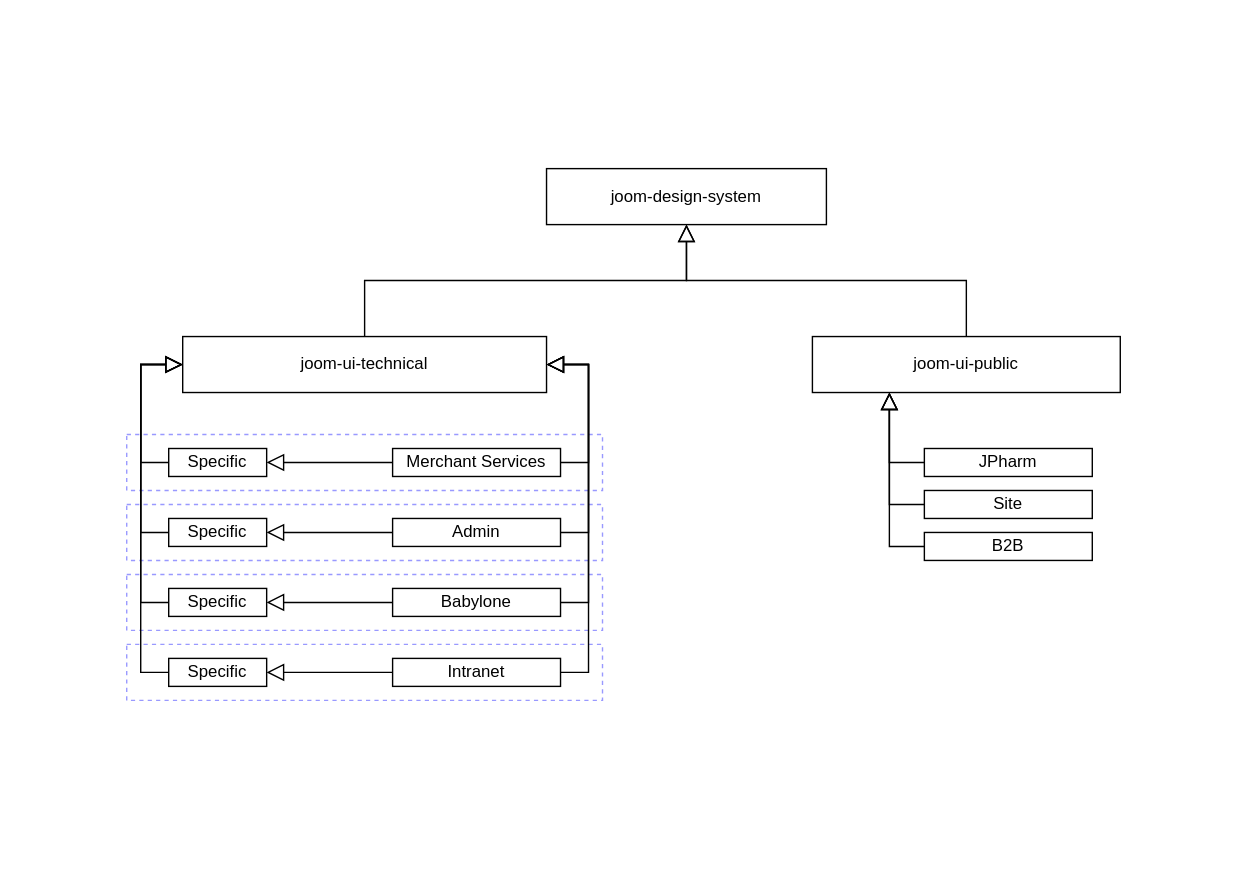
The draw.io diagram design-system.svg in ajile/draw-io, before a commit. Source tidied: cells renumbered, new cells last; positions are measured from the earlier drawing's top-left corner, leaving out a move shared by most shapes.
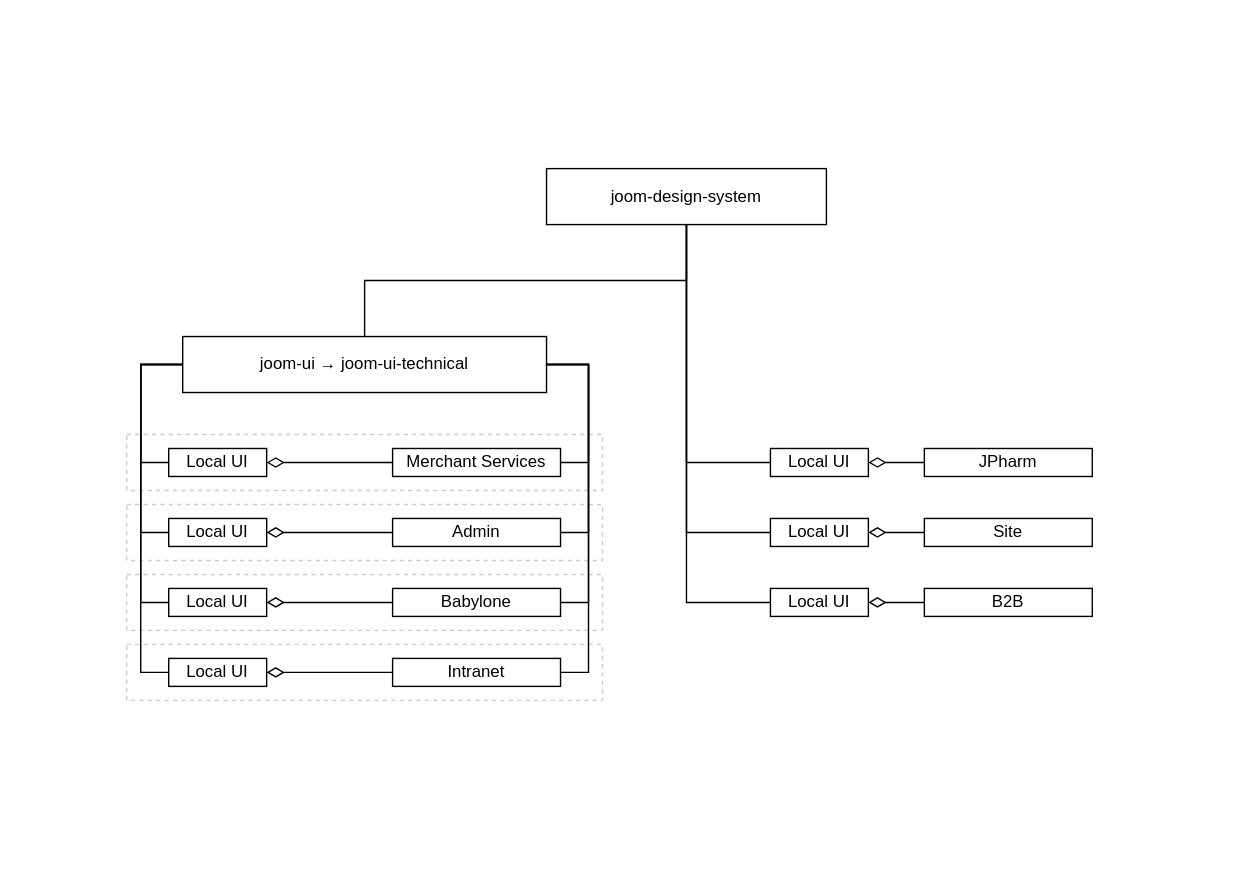
Above is the later version.

What changed in the source:
```diff
@@ -6,110 +6,122 @@
       <mxGeometry width="890" height="630" as="geometry" />
     </mxCell>
     <mxCell id="3" parent="0" />
-    <mxCell id="4" style="rounded=0;whiteSpace=wrap;html=1;dashed=1;fillColor=none;strokeColor=#9999FF;" parent="3" vertex="1">
+    <mxCell id="4" style="rounded=0;whiteSpace=wrap;html=1;dashed=1;fillColor=none;strokeColor=#CCCCCC;" parent="3" vertex="1">
       <mxGeometry x="90" y="460" width="340" height="40" as="geometry" />
     </mxCell>
-    <mxCell id="5" style="rounded=0;whiteSpace=wrap;html=1;dashed=1;fillColor=none;strokeColor=#9999FF;" parent="3" vertex="1">
+    <mxCell id="5" style="rounded=0;whiteSpace=wrap;html=1;dashed=1;fillColor=none;strokeColor=#CCCCCC;" parent="3" vertex="1">
       <mxGeometry x="90" y="410" width="340" height="40" as="geometry" />
     </mxCell>
-    <mxCell id="6" style="rounded=0;whiteSpace=wrap;html=1;dashed=1;fillColor=none;strokeColor=#9999FF;" parent="3" vertex="1">
+    <mxCell id="6" style="rounded=0;whiteSpace=wrap;html=1;dashed=1;fillColor=none;strokeColor=#CCCCCC;" parent="3" vertex="1">
       <mxGeometry x="90" y="360" width="340" height="40" as="geometry" />
     </mxCell>
-    <mxCell id="7" style="rounded=0;whiteSpace=wrap;html=1;dashed=1;fillColor=none;strokeColor=#9999FF;" parent="3" vertex="1">
+    <mxCell id="7" style="rounded=0;whiteSpace=wrap;html=1;dashed=1;fillColor=none;strokeColor=#CCCCCC;" parent="3" vertex="1">
       <mxGeometry x="90" y="310" width="340" height="40" as="geometry" />
     </mxCell>
     <mxCell id="8" value="joom-design-system" style="rounded=0;whiteSpace=wrap;html=1;" parent="3" vertex="1">
       <mxGeometry x="390" y="120" width="200" height="40" as="geometry" />
     </mxCell>
-    <mxCell id="9" style="edgeStyle=orthogonalEdgeStyle;rounded=0;jettySize=auto;html=1;endArrow=block;endFill=0;startSize=10;endSize=10;exitX=0.5;exitY=0;exitDx=0;exitDy=0;" parent="3" edge="1" source="10" target="8">
+    <mxCell id="9" style="edgeStyle=orthogonalEdgeStyle;rounded=0;jettySize=auto;html=1;endArrow=none;endFill=0;startSize=10;endSize=10;exitX=0.5;exitY=0;exitDx=0;exitDy=0;" parent="3" edge="1" source="10" target="8">
       <mxGeometry relative="1" as="geometry" />
     </mxCell>
-    <mxCell id="10" value="joom-ui-technical" style="rounded=0;whiteSpace=wrap;html=1;" parent="3" vertex="1">
+    <mxCell id="10" value="joom-ui →&amp;nbsp;&lt;span&gt;joom-ui-technical&lt;/span&gt;" style="rounded=0;whiteSpace=wrap;html=1;" parent="3" vertex="1">
       <mxGeometry x="130" y="240" width="260" height="40" as="geometry" />
     </mxCell>
-    <mxCell id="11" value="joom-ui-public" style="rounded=0;whiteSpace=wrap;html=1;" parent="3" vertex="1">
-      <mxGeometry x="580" y="240" width="220" height="40" as="geometry" />
-    </mxCell>
-    <mxCell id="12" style="edgeStyle=orthogonalEdgeStyle;rounded=0;jettySize=auto;html=1;endArrow=block;endFill=0;startSize=10;endSize=10;exitX=0.5;exitY=0;exitDx=0;exitDy=0;" parent="3" edge="1" source="11" target="8">
+    <mxCell id="12" style="edgeStyle=orthogonalEdgeStyle;rounded=0;jettySize=auto;html=1;endArrow=none;endFill=0;startSize=10;endSize=10;exitX=0;exitY=0.5;exitDx=0;exitDy=0;" parent="3" edge="1" source="42" target="8">
       <mxGeometry relative="1" as="geometry" />
     </mxCell>
-    <mxCell id="13" style="edgeStyle=orthogonalEdgeStyle;rounded=0;jettySize=auto;html=1;startSize=10;endArrow=block;endFill=0;endSize=10;exitX=1;exitY=0.5;exitDx=0;exitDy=0;entryX=1;entryY=0.5;entryDx=0;entryDy=0;" parent="3" edge="1" source="15" target="10">
+    <mxCell id="13" style="edgeStyle=orthogonalEdgeStyle;rounded=0;jettySize=auto;html=1;startSize=10;endArrow=none;endFill=0;endSize=10;exitX=1;exitY=0.5;exitDx=0;exitDy=0;entryX=1;entryY=0.5;entryDx=0;entryDy=0;" parent="3" edge="1" source="15" target="10">
       <mxGeometry relative="1" as="geometry" />
     </mxCell>
-    <mxCell id="14" style="edgeStyle=orthogonalEdgeStyle;rounded=0;jettySize=auto;html=1;entryX=1;entryY=0.5;entryDx=0;entryDy=0;startSize=10;endArrow=block;endFill=0;endSize=10;" parent="3" edge="1" source="15" target="32">
+    <mxCell id="14" style="edgeStyle=orthogonalEdgeStyle;rounded=0;jettySize=auto;html=1;entryX=1;entryY=0.5;entryDx=0;entryDy=0;startSize=10;endArrow=diamondThin;endFill=0;endSize=10;" parent="3" edge="1" source="15" target="32">
       <mxGeometry relative="1" as="geometry" />
     </mxCell>
     <mxCell id="15" value="Merchant Services" style="rounded=0;whiteSpace=wrap;html=1;" parent="3" vertex="1">
       <mxGeometry x="280" y="320" width="120" height="20" as="geometry" />
     </mxCell>
-    <mxCell id="16" style="edgeStyle=orthogonalEdgeStyle;rounded=0;jettySize=auto;html=1;startSize=10;endArrow=block;endFill=0;endSize=10;exitX=1;exitY=0.5;exitDx=0;exitDy=0;entryX=1;entryY=0.5;entryDx=0;entryDy=0;" parent="3" edge="1" source="18" target="10">
+    <mxCell id="16" style="edgeStyle=orthogonalEdgeStyle;rounded=0;jettySize=auto;html=1;startSize=10;endArrow=none;endFill=0;endSize=10;exitX=1;exitY=0.5;exitDx=0;exitDy=0;entryX=1;entryY=0.5;entryDx=0;entryDy=0;" parent="3" edge="1" source="18" target="10">
       <mxGeometry relative="1" as="geometry" />
     </mxCell>
-    <mxCell id="17" style="edgeStyle=orthogonalEdgeStyle;rounded=0;jettySize=auto;html=1;startSize=10;endArrow=block;endFill=0;endSize=10;" parent="3" edge="1" source="18" target="34">
+    <mxCell id="17" style="edgeStyle=orthogonalEdgeStyle;rounded=0;jettySize=auto;html=1;startSize=10;endArrow=diamondThin;endFill=0;endSize=10;" parent="3" edge="1" source="18" target="34">
       <mxGeometry relative="1" as="geometry" />
     </mxCell>
     <mxCell id="18" value="Admin" style="rounded=0;whiteSpace=wrap;html=1;" parent="3" vertex="1">
       <mxGeometry x="280" y="370" width="120" height="20" as="geometry" />
     </mxCell>
-    <mxCell id="19" style="edgeStyle=orthogonalEdgeStyle;rounded=0;jettySize=auto;html=1;startSize=10;endArrow=block;endFill=0;endSize=10;exitX=1;exitY=0.5;exitDx=0;exitDy=0;entryX=1;entryY=0.5;entryDx=0;entryDy=0;" parent="3" edge="1" source="21" target="10">
+    <mxCell id="19" style="edgeStyle=orthogonalEdgeStyle;rounded=0;jettySize=auto;html=1;startSize=10;endArrow=none;endFill=0;endSize=10;exitX=1;exitY=0.5;exitDx=0;exitDy=0;entryX=1;entryY=0.5;entryDx=0;entryDy=0;" parent="3" edge="1" source="21" target="10">
       <mxGeometry relative="1" as="geometry" />
     </mxCell>
-    <mxCell id="20" style="edgeStyle=orthogonalEdgeStyle;rounded=0;jettySize=auto;html=1;startSize=10;endArrow=block;endFill=0;endSize=10;" parent="3" edge="1" source="21" target="36">
+    <mxCell id="20" style="edgeStyle=orthogonalEdgeStyle;rounded=0;jettySize=auto;html=1;startSize=10;endArrow=diamondThin;endFill=0;endSize=10;" parent="3" edge="1" source="21" target="36">
       <mxGeometry relative="1" as="geometry" />
     </mxCell>
     <mxCell id="21" value="Babylone" style="rounded=0;whiteSpace=wrap;html=1;" parent="3" vertex="1">
       <mxGeometry x="280" y="420" width="120" height="20" as="geometry" />
     </mxCell>
-    <mxCell id="22" style="edgeStyle=orthogonalEdgeStyle;rounded=0;jettySize=auto;html=1;startSize=10;endArrow=block;endFill=0;endSize=10;exitX=1;exitY=0.5;exitDx=0;exitDy=0;entryX=1;entryY=0.5;entryDx=0;entryDy=0;" parent="3" edge="1" source="24" target="10">
+    <mxCell id="22" style="edgeStyle=orthogonalEdgeStyle;rounded=0;jettySize=auto;html=1;startSize=10;endArrow=none;endFill=0;endSize=10;exitX=1;exitY=0.5;exitDx=0;exitDy=0;entryX=1;entryY=0.5;entryDx=0;entryDy=0;" parent="3" edge="1" source="24" target="10">
       <mxGeometry relative="1" as="geometry" />
     </mxCell>
-    <mxCell id="23" style="edgeStyle=orthogonalEdgeStyle;rounded=0;jettySize=auto;html=1;entryX=1;entryY=0.5;entryDx=0;entryDy=0;startSize=10;endArrow=block;endFill=0;endSize=10;" parent="3" edge="1" source="24" target="38">
+    <mxCell id="23" style="edgeStyle=orthogonalEdgeStyle;rounded=0;jettySize=auto;html=1;entryX=1;entryY=0.5;entryDx=0;entryDy=0;startSize=10;endArrow=diamondThin;endFill=0;endSize=10;" parent="3" edge="1" source="24" target="38">
       <mxGeometry relative="1" as="geometry" />
     </mxCell>
     <mxCell id="24" value="Intranet" style="rounded=0;whiteSpace=wrap;html=1;" parent="3" vertex="1">
       <mxGeometry x="280" y="470" width="120" height="20" as="geometry" />
     </mxCell>
-    <mxCell id="25" style="edgeStyle=orthogonalEdgeStyle;rounded=0;jettySize=auto;html=1;startSize=10;endArrow=block;endFill=0;endSize=10;exitX=0;exitY=0.5;exitDx=0;exitDy=0;entryX=0.25;entryY=1;entryDx=0;entryDy=0;" parent="3" edge="1" source="26" target="11">
-      <mxGeometry relative="1" as="geometry" />
-    </mxCell>
+    <mxCell id="39" style="edgeStyle=orthogonalEdgeStyle;rounded=0;jettySize=auto;html=1;startSize=10;endArrow=diamondThin;endFill=0;endSize=10;" parent="3" edge="1" source="26" target="43">
+      <mxGeometry relative="1" as="geometry" />
+    </mxCell>
     <mxCell id="26" value="Site" style="rounded=0;whiteSpace=wrap;html=1;" parent="3" vertex="1">
-      <mxGeometry x="660" y="350" width="120" height="20" as="geometry" />
+      <mxGeometry x="660" y="370" width="120" height="20" as="geometry" />
     </mxCell>
-    <mxCell id="27" style="edgeStyle=orthogonalEdgeStyle;rounded=0;jettySize=auto;html=1;startSize=10;endArrow=block;endFill=0;endSize=10;entryX=0.25;entryY=1;entryDx=0;entryDy=0;exitX=0;exitY=0.5;exitDx=0;exitDy=0;" parent="3" edge="1" source="28" target="11">
-      <mxGeometry relative="1" as="geometry" />
-    </mxCell>
+    <mxCell id="40" style="edgeStyle=orthogonalEdgeStyle;rounded=0;jettySize=auto;html=1;startSize=10;endArrow=diamondThin;endFill=0;endSize=10;" parent="3" edge="1" source="28" target="42">
+      <mxGeometry relative="1" as="geometry" />
+    </mxCell>
     <mxCell id="28" value="JPharm" style="rounded=0;whiteSpace=wrap;html=1;" parent="3" vertex="1">
       <mxGeometry x="660" y="320" width="120" height="20" as="geometry" />
     </mxCell>
-    <mxCell id="29" style="edgeStyle=orthogonalEdgeStyle;rounded=0;jettySize=auto;html=1;startSize=10;endArrow=block;endFill=0;endSize=10;exitX=0;exitY=0.5;exitDx=0;exitDy=0;entryX=0.25;entryY=1;entryDx=0;entryDy=0;" parent="3" edge="1" source="30" target="11">
-      <mxGeometry relative="1" as="geometry" />
-    </mxCell>
+    <mxCell id="41" style="edgeStyle=orthogonalEdgeStyle;rounded=0;jettySize=auto;html=1;startSize=10;endArrow=diamondThin;endFill=0;endSize=10;" parent="3" edge="1" source="30" target="44">
+      <mxGeometry relative="1" as="geometry" />
+    </mxCell>
     <mxCell id="30" value="B2B" style="rounded=0;whiteSpace=wrap;html=1;" parent="3" vertex="1">
-      <mxGeometry x="660" y="380" width="120" height="20" as="geometry" />
+      <mxGeometry x="660" y="420" width="120" height="20" as="geometry" />
     </mxCell>
-    <mxCell id="31" style="edgeStyle=orthogonalEdgeStyle;rounded=0;jettySize=auto;html=1;entryX=0;entryY=0.5;entryDx=0;entryDy=0;startSize=10;endArrow=block;endFill=0;endSize=10;exitX=0;exitY=0.5;exitDx=0;exitDy=0;" parent="3" edge="1" source="32" target="10">
+    <mxCell id="31" style="edgeStyle=orthogonalEdgeStyle;rounded=0;jettySize=auto;html=1;entryX=0;entryY=0.5;entryDx=0;entryDy=0;startSize=10;endArrow=none;endFill=0;endSize=10;exitX=0;exitY=0.5;exitDx=0;exitDy=0;" parent="3" edge="1" source="32" target="10">
       <mxGeometry relative="1" as="geometry" />
     </mxCell>
-    <mxCell id="32" value="Specific" style="rounded=0;whiteSpace=wrap;html=1;" parent="3" vertex="1">
+    <mxCell id="32" value="Local UI" style="rounded=0;whiteSpace=wrap;html=1;" parent="3" vertex="1">
       <mxGeometry x="120" y="320" width="70" height="20" as="geometry" />
     </mxCell>
-    <mxCell id="33" style="edgeStyle=orthogonalEdgeStyle;rounded=0;jettySize=auto;html=1;entryX=0;entryY=0.5;entryDx=0;entryDy=0;startSize=10;endArrow=block;endFill=0;endSize=10;exitX=0;exitY=0.5;exitDx=0;exitDy=0;" parent="3" edge="1" source="34" target="10">
+    <mxCell id="33" style="edgeStyle=orthogonalEdgeStyle;rounded=0;jettySize=auto;html=1;entryX=0;entryY=0.5;entryDx=0;entryDy=0;startSize=10;endArrow=none;endFill=0;endSize=10;exitX=0;exitY=0.5;exitDx=0;exitDy=0;" parent="3" edge="1" source="34" target="10">
       <mxGeometry relative="1" as="geometry" />
     </mxCell>
-    <mxCell id="34" value="Specific" style="rounded=0;whiteSpace=wrap;html=1;" parent="3" vertex="1">
+    <mxCell id="34" value="Local UI" style="rounded=0;whiteSpace=wrap;html=1;" parent="3" vertex="1">
       <mxGeometry x="120" y="370" width="70" height="20" as="geometry" />
     </mxCell>
-    <mxCell id="35" style="edgeStyle=orthogonalEdgeStyle;rounded=0;jettySize=auto;html=1;entryX=0;entryY=0.5;entryDx=0;entryDy=0;startSize=10;endArrow=block;endFill=0;endSize=10;exitX=0;exitY=0.5;exitDx=0;exitDy=0;" parent="3" edge="1" source="36" target="10">
+    <mxCell id="35" style="edgeStyle=orthogonalEdgeStyle;rounded=0;jettySize=auto;html=1;entryX=0;entryY=0.5;entryDx=0;entryDy=0;startSize=10;endArrow=none;endFill=0;endSize=10;exitX=0;exitY=0.5;exitDx=0;exitDy=0;" parent="3" edge="1" source="36" target="10">
       <mxGeometry relative="1" as="geometry" />
     </mxCell>
-    <mxCell id="36" value="Specific" style="rounded=0;whiteSpace=wrap;html=1;" parent="3" vertex="1">
+    <mxCell id="36" value="Local UI" style="rounded=0;whiteSpace=wrap;html=1;" parent="3" vertex="1">
       <mxGeometry x="120" y="420" width="70" height="20" as="geometry" />
     </mxCell>
-    <mxCell id="37" style="edgeStyle=orthogonalEdgeStyle;rounded=0;jettySize=auto;html=1;entryX=0;entryY=0.5;entryDx=0;entryDy=0;startSize=10;endArrow=block;endFill=0;endSize=10;exitX=0;exitY=0.5;exitDx=0;exitDy=0;" parent="3" edge="1" source="38" target="10">
+    <mxCell id="37" style="edgeStyle=orthogonalEdgeStyle;rounded=0;jettySize=auto;html=1;entryX=0;entryY=0.5;entryDx=0;entryDy=0;startSize=10;endArrow=none;endFill=0;endSize=10;exitX=0;exitY=0.5;exitDx=0;exitDy=0;" parent="3" edge="1" source="38" target="10">
       <mxGeometry relative="1" as="geometry" />
     </mxCell>
-    <mxCell id="38" value="Specific" style="rounded=0;whiteSpace=wrap;html=1;" parent="3" vertex="1">
+    <mxCell id="38" value="Local UI" style="rounded=0;whiteSpace=wrap;html=1;" parent="3" vertex="1">
       <mxGeometry x="120" y="470" width="70" height="20" as="geometry" />
     </mxCell>
+    <mxCell id="42" value="Local UI" style="rounded=0;whiteSpace=wrap;html=1;" parent="3" vertex="1">
+      <mxGeometry x="550" y="320" width="70" height="20" as="geometry" />
+    </mxCell>
+    <mxCell id="43" value="Local UI" style="rounded=0;whiteSpace=wrap;html=1;" parent="3" vertex="1">
+      <mxGeometry x="550" y="370" width="70" height="20" as="geometry" />
+    </mxCell>
+    <mxCell id="44" value="Local UI" style="rounded=0;whiteSpace=wrap;html=1;" parent="3" vertex="1">
+      <mxGeometry x="550" y="420" width="70" height="20" as="geometry" />
+    </mxCell>
+    <mxCell id="45" style="edgeStyle=orthogonalEdgeStyle;rounded=0;jettySize=auto;html=1;endArrow=none;endFill=0;startSize=10;endSize=10;exitX=0;exitY=0.5;exitDx=0;exitDy=0;entryX=0.5;entryY=1;entryDx=0;entryDy=0;" parent="3" edge="1" source="43" target="8">
+      <mxGeometry relative="1" as="geometry" />
+    </mxCell>
+    <mxCell id="46" style="edgeStyle=orthogonalEdgeStyle;rounded=0;jettySize=auto;html=1;endArrow=none;endFill=0;startSize=10;endSize=10;exitX=0;exitY=0.5;exitDx=0;exitDy=0;" parent="3" edge="1" source="44" target="8">
+      <mxGeometry relative="1" as="geometry" />
+    </mxCell>
   </root>
 </mxGraphModel>
```
